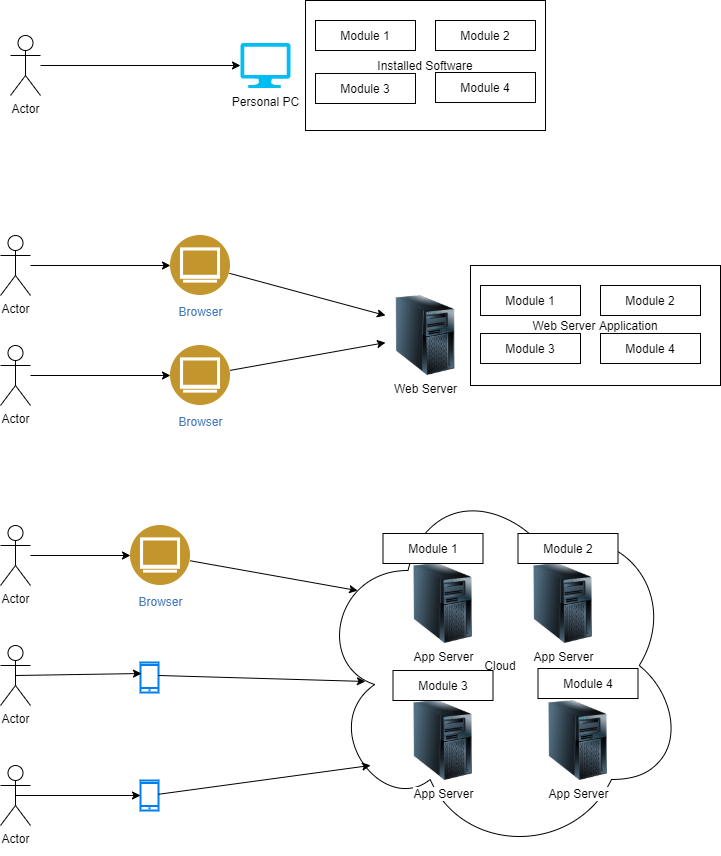
The draw.io diagram architeture.png in samkuang1120/mytest, before a commit. Source tidied: cells renumbered, new cells last; positions are measured from the earlier drawing's top-left corner, leaving out a move shared by most shapes.
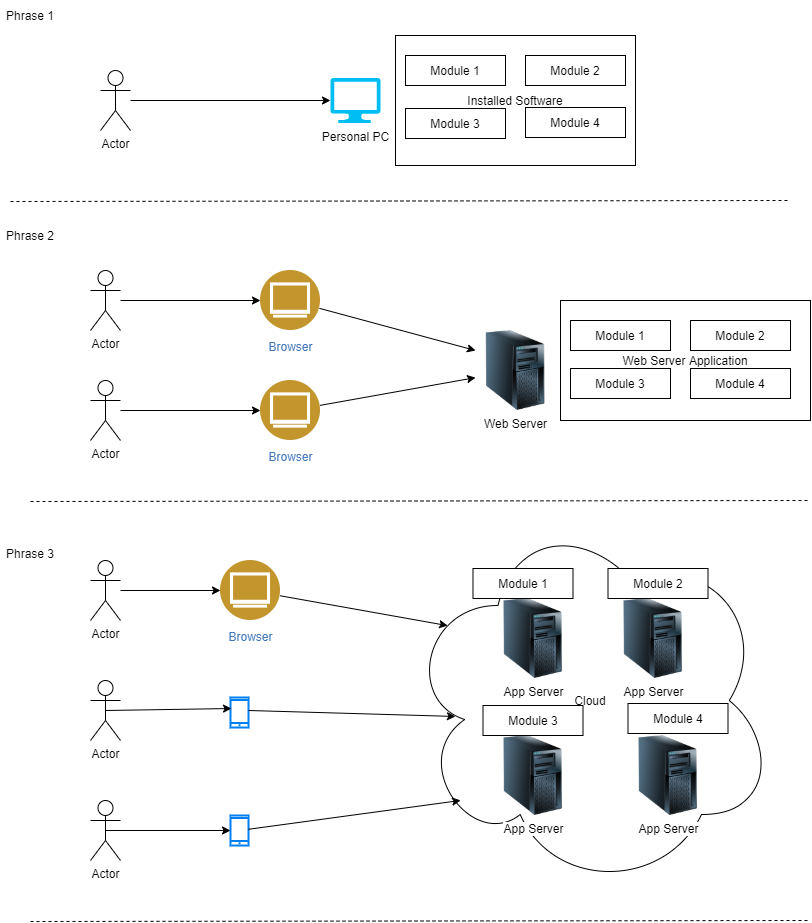
After the commit.

Diff of the diagram source:
```diff
@@ -131,5 +131,32 @@
     <mxCell id="44" style="endArrow=classic;html=1;rounded=0;entryX=0.149;entryY=0.763;entryDx=0;entryDy=0;entryPerimeter=0;" parent="1" edge="1" source="31" target="2">
       <mxGeometry relative="1" as="geometry" />
     </mxCell>
+    <mxCell id="45" style="endArrow=none;dashed=1;html=1;rounded=0;" parent="1" edge="1">
+      <mxGeometry relative="1" as="geometry">
+        <mxPoint x="-80" y="166" as="sourcePoint" />
+        <mxPoint x="700" y="165" as="targetPoint" />
+      </mxGeometry>
+    </mxCell>
+    <mxCell id="46" style="endArrow=none;dashed=1;html=1;rounded=0;" parent="1" edge="1">
+      <mxGeometry relative="1" as="geometry">
+        <mxPoint x="-60" y="466" as="sourcePoint" />
+        <mxPoint x="720" y="465" as="targetPoint" />
+      </mxGeometry>
+    </mxCell>
+    <mxCell id="47" style="endArrow=none;dashed=1;html=1;rounded=0;" parent="1" edge="1">
+      <mxGeometry relative="1" as="geometry">
+        <mxPoint x="-60" y="886" as="sourcePoint" />
+        <mxPoint x="720" y="885" as="targetPoint" />
+      </mxGeometry>
+    </mxCell>
+    <mxCell id="48" value="Phrase 1" style="text;html=1;strokeColor=none;fillColor=none;align=center;verticalAlign=middle;whiteSpace=wrap;rounded=0;" parent="1" vertex="1">
+      <mxGeometry x="-90" y="-35" width="60" height="30" as="geometry" />
+    </mxCell>
+    <mxCell id="49" value="Phrase 2" style="text;html=1;strokeColor=none;fillColor=none;align=center;verticalAlign=middle;whiteSpace=wrap;rounded=0;" parent="1" vertex="1">
+      <mxGeometry x="-90" y="185" width="60" height="30" as="geometry" />
+    </mxCell>
+    <mxCell id="50" value="Phrase 3" style="text;html=1;strokeColor=none;fillColor=none;align=center;verticalAlign=middle;whiteSpace=wrap;rounded=0;" parent="1" vertex="1">
+      <mxGeometry x="-90" y="503" width="60" height="30" as="geometry" />
+    </mxCell>
   </root>
 </mxGraphModel>
```
